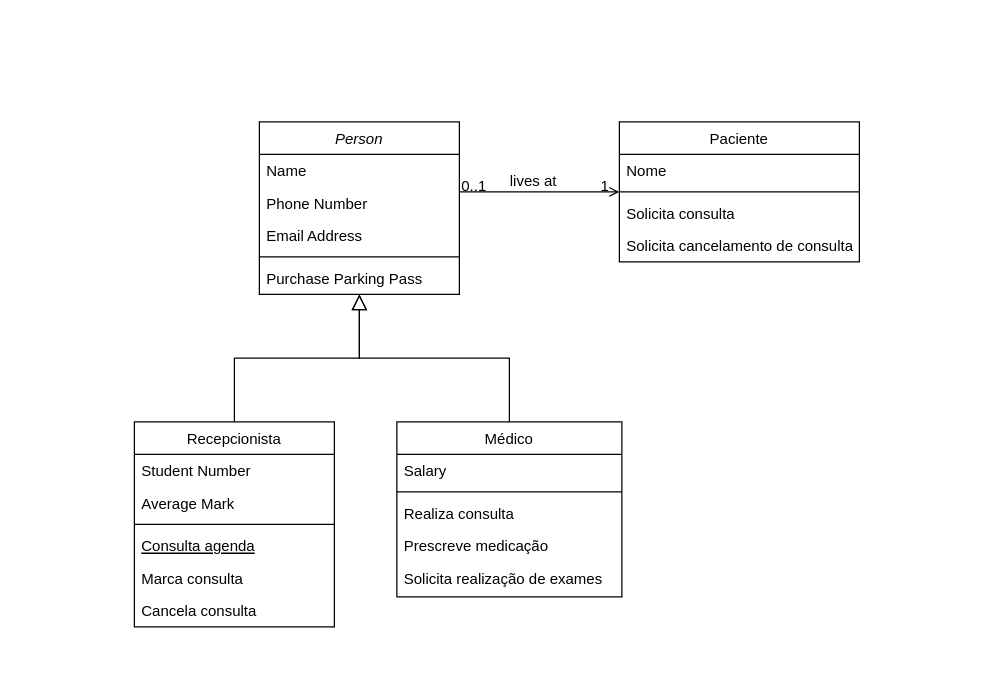
Earlier version of the draw.io diagram Class Diagram.drawio (JonatasFontele/Banco-de-Dados). Source tidied: cells renumbered, new cells numbered last; positions are measured from the earlier drawing's top-left corner, leaving out a move shared by most shapes. Both pictures are drawn from the tidied source at 125%, with x=0, y=0 at pixel (134, 121).
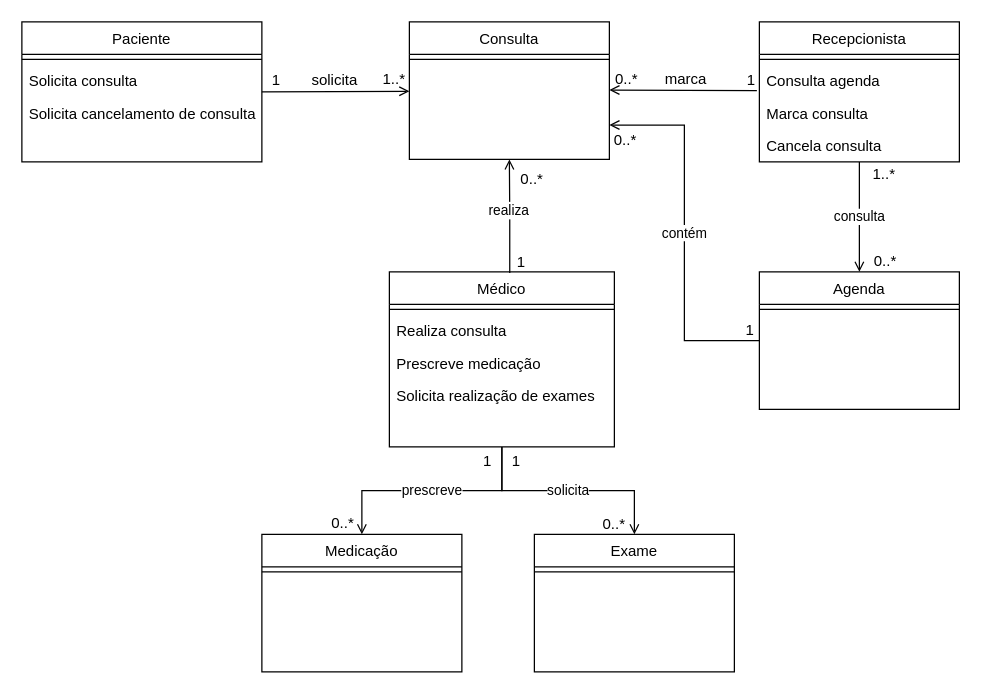
The same page after the edit.

Change to the diagram source:
```diff
@@
-    <mxCell id="2" value="Person" style="swimlane;fontStyle=2;align=center;verticalAlign=top;horizontal=1;startSize=26;rounded=0;shadow=0;strokeWidth=1;" parent="1" vertex="1">
-      <mxGeometry x="100" width="160" height="138" as="geometry" />
+    <mxCell id="2" value="Consulta" style="swimlane;fontStyle=0;align=center;verticalAlign=top;horizontal=1;startSize=26;rounded=0;shadow=0;strokeWidth=1;" parent="1" vertex="1">
+      <mxGeometry x="220" y="-80" width="160" height="110" as="geometry" />
     </mxCell>
-    <mxCell id="3" value="Name" style="text;align=left;verticalAlign=top;spacingLeft=4;spacingRight=4;overflow=hidden;" parent="2" vertex="1">
-      <mxGeometry y="26" width="160" height="26" as="geometry" />
-    </mxCell>
-    <mxCell id="4" value="Phone Number" style="text;align=left;verticalAlign=top;spacingLeft=4;spacingRight=4;overflow=hidden;rounded=0;shadow=0;html=0;" parent="2" vertex="1">
-      <mxGeometry y="52" width="160" height="26" as="geometry" />
-    </mxCell>
-    <mxCell id="5" value="Email Address" style="text;align=left;verticalAlign=top;spacingLeft=4;spacingRight=4;overflow=hidden;rounded=0;shadow=0;html=0;" parent="2" vertex="1">
-      <mxGeometry y="78" width="160" height="26" as="geometry" />
-    </mxCell>
     <mxCell id="6" style="line;html=1;strokeWidth=1;align=left;verticalAlign=middle;spacingTop=-1;spacingLeft=3;spacingRight=3;labelPosition=right;" parent="2" vertex="1">
-      <mxGeometry y="104" width="160" height="8" as="geometry" />
+      <mxGeometry y="26" width="160" height="8" as="geometry" />
     </mxCell>
-    <mxCell id="7" value="Purchase Parking Pass" style="text;align=left;verticalAlign=top;spacingLeft=4;spacingRight=4;overflow=hidden;" parent="2" vertex="1">
-      <mxGeometry y="112" width="160" height="26" as="geometry" />
-    </mxCell>
+    <mxCell id="32" value="consulta" style="edgeStyle=orthogonalEdgeStyle;rounded=0;jettySize=auto;html=1;endArrow=open;endFill=0;" parent="1" edge="1" source="8" target="42">
+      <mxGeometry relative="1" as="geometry" />
+    </mxCell>
     <mxCell id="8" value="Recepcionista" style="swimlane;fontStyle=0;align=center;verticalAlign=top;horizontal=1;startSize=26;rounded=0;shadow=0;strokeWidth=1;" parent="1" vertex="1">
-      <mxGeometry y="240" width="160" height="164" as="geometry" />
+      <mxGeometry x="500" y="-80" width="160" height="112" as="geometry" />
     </mxCell>
-    <mxCell id="9" value="Student Number" style="text;align=left;verticalAlign=top;spacingLeft=4;spacingRight=4;overflow=hidden;" parent="8" vertex="1">
-      <mxGeometry y="26" width="160" height="26" as="geometry" />
-    </mxCell>
-    <mxCell id="10" value="Average Mark" style="text;align=left;verticalAlign=top;spacingLeft=4;spacingRight=4;overflow=hidden;rounded=0;shadow=0;html=0;" parent="8" vertex="1">
-      <mxGeometry y="52" width="160" height="26" as="geometry" />
-    </mxCell>
     <mxCell id="11" style="line;html=1;strokeWidth=1;align=left;verticalAlign=middle;spacingTop=-1;spacingLeft=3;spacingRight=3;labelPosition=right;" parent="8" vertex="1">
-      <mxGeometry y="78" width="160" height="8" as="geometry" />
+      <mxGeometry y="26" width="160" height="8" as="geometry" />
     </mxCell>
-    <mxCell id="12" value="Consulta agenda" style="text;align=left;verticalAlign=top;spacingLeft=4;spacingRight=4;overflow=hidden;fontStyle=4;" parent="8" vertex="1">
-      <mxGeometry y="86" width="160" height="26" as="geometry" />
+    <mxCell id="12" value="Consulta agenda" style="text;align=left;verticalAlign=top;spacingLeft=4;spacingRight=4;overflow=hidden;fontStyle=0;" parent="8" vertex="1">
+      <mxGeometry y="34" width="160" height="26" as="geometry" />
     </mxCell>
     <mxCell id="13" value="Marca consulta" style="text;align=left;verticalAlign=top;spacingLeft=4;spacingRight=4;overflow=hidden;" parent="8" vertex="1">
-      <mxGeometry y="112" width="160" height="26" as="geometry" />
+      <mxGeometry y="60" width="160" height="26" as="geometry" />
     </mxCell>
     <mxCell id="14" value="Cancela consulta" style="text;align=left;verticalAlign=top;spacingLeft=4;spacingRight=4;overflow=hidden;" parent="8" vertex="1">
-      <mxGeometry y="138" width="160" height="26" as="geometry" />
+      <mxGeometry y="86" width="160" height="26" as="geometry" />
     </mxCell>
-    <mxCell id="15" style="endArrow=block;endSize=10;endFill=0;shadow=0;strokeWidth=1;rounded=0;edgeStyle=elbowEdgeStyle;elbow=vertical;" parent="1" edge="1" source="8" target="2">
-      <mxGeometry relative="1" as="geometry" />
-    </mxCell>
+    <mxCell id="33" value="prescreve" style="edgeStyle=orthogonalEdgeStyle;rounded=0;jettySize=auto;html=1;endArrow=open;endFill=0;" parent="1" edge="1" source="16" target="48">
+      <mxGeometry relative="1" as="geometry" />
+    </mxCell>
+    <mxCell id="34" value="solicita" style="edgeStyle=orthogonalEdgeStyle;rounded=0;jettySize=auto;html=1;endArrow=open;endFill=0;" parent="1" edge="1" source="16" target="50">
+      <mxGeometry relative="1" as="geometry" />
+    </mxCell>
     <mxCell id="16" value="Médico" style="swimlane;fontStyle=0;align=center;verticalAlign=top;horizontal=1;startSize=26;rounded=0;shadow=0;strokeWidth=1;" parent="1" vertex="1">
-      <mxGeometry x="210" y="240" width="180" height="140" as="geometry" />
+      <mxGeometry x="204" y="120" width="180" height="140" as="geometry" />
     </mxCell>
-    <mxCell id="17" value="Salary" style="text;align=left;verticalAlign=top;spacingLeft=4;spacingRight=4;overflow=hidden;" parent="16" vertex="1">
-      <mxGeometry y="26" width="180" height="26" as="geometry" />
-    </mxCell>
     <mxCell id="18" style="line;html=1;strokeWidth=1;align=left;verticalAlign=middle;spacingTop=-1;spacingLeft=3;spacingRight=3;labelPosition=right;" parent="16" vertex="1">
-      <mxGeometry y="52" width="180" height="8" as="geometry" />
+      <mxGeometry y="26" width="180" height="8" as="geometry" />
     </mxCell>
     <mxCell id="19" value="Realiza consulta" style="text;align=left;verticalAlign=top;spacingLeft=4;spacingRight=4;overflow=hidden;" parent="16" vertex="1">
-      <mxGeometry y="60" width="180" height="26" as="geometry" />
+      <mxGeometry y="34" width="180" height="26" as="geometry" />
     </mxCell>
     <mxCell id="20" value="Prescreve medicação" style="text;align=left;verticalAlign=top;spacingLeft=4;spacingRight=4;overflow=hidden;" parent="16" vertex="1">
-      <mxGeometry y="86" width="180" height="26" as="geometry" />
+      <mxGeometry y="60" width="180" height="26" as="geometry" />
     </mxCell>
     <mxCell id="21" value="Solicita realização de exames" style="text;align=left;verticalAlign=top;spacingLeft=4;spacingRight=4;overflow=hidden;" parent="16" vertex="1">
-      <mxGeometry y="112" width="180" height="26" as="geometry" />
+      <mxGeometry y="86" width="180" height="26" as="geometry" />
     </mxCell>
-    <mxCell id="22" style="endArrow=block;endSize=10;endFill=0;shadow=0;strokeWidth=1;rounded=0;edgeStyle=elbowEdgeStyle;elbow=vertical;" parent="1" edge="1" source="16" target="2">
-      <mxGeometry relative="1" as="geometry" />
-    </mxCell>
     <mxCell id="23" value="Paciente" style="swimlane;fontStyle=0;align=center;verticalAlign=top;horizontal=1;startSize=26;rounded=0;shadow=0;strokeWidth=1;" parent="1" vertex="1">
-      <mxGeometry x="388" width="192" height="112" as="geometry" />
+      <mxGeometry x="-90" y="-80" width="192" height="112" as="geometry" />
     </mxCell>
-    <mxCell id="24" value="Nome" style="text;align=left;verticalAlign=top;spacingLeft=4;spacingRight=4;overflow=hidden;" parent="23" vertex="1">
-      <mxGeometry y="26" width="192" height="26" as="geometry" />
-    </mxCell>
     <mxCell id="25" style="line;html=1;strokeWidth=1;align=left;verticalAlign=middle;spacingTop=-1;spacingLeft=3;spacingRight=3;labelPosition=right;" parent="23" vertex="1">
-      <mxGeometry y="52" width="192" height="8" as="geometry" />
+      <mxGeometry y="26" width="192" height="8" as="geometry" />
     </mxCell>
     <mxCell id="26" value="Solicita consulta" style="text;align=left;verticalAlign=top;spacingLeft=4;spacingRight=4;overflow=hidden;" parent="23" vertex="1">
-      <mxGeometry y="60" width="192" height="26" as="geometry" />
+      <mxGeometry y="34" width="192" height="26" as="geometry" />
     </mxCell>
     <mxCell id="27" value="Solicita cancelamento de consulta" style="text;align=left;verticalAlign=top;spacingLeft=4;spacingRight=4;overflow=hidden;" parent="23" vertex="1">
-      <mxGeometry y="86" width="192" height="26" as="geometry" />
+      <mxGeometry y="60" width="192" height="26" as="geometry" />
     </mxCell>
-    <mxCell id="28" style="endArrow=open;shadow=0;strokeWidth=1;rounded=0;endFill=1;edgeStyle=elbowEdgeStyle;elbow=vertical;" parent="1" edge="1" source="2" target="23">
+    <mxCell id="28" style="endArrow=open;shadow=0;strokeWidth=1;rounded=0;endFill=1;edgeStyle=elbowEdgeStyle;elbow=vertical;" parent="1" edge="1">
       <mxGeometry x="0.5" y="41" relative="1" as="geometry">
+        <mxPoint x="102" y="-24" as="sourcePoint" />
+        <mxPoint x="220" y="-24" as="targetPoint" />
+        <Array as="points">
+          <mxPoint x="273.1" y="-24.5" />
+        </Array>
         <mxPoint x="-40" y="32" as="offset" />
       </mxGeometry>
     </mxCell>
-    <mxCell id="29" value="0..1" style="align=left;verticalAlign=bottom;labelBackgroundColor=none;fontSize=12;" parent="28" vertex="1">
+    <mxCell id="29" value="1..*" style="align=left;verticalAlign=bottom;labelBackgroundColor=none;fontSize=12;" parent="28" vertex="1">
       <mxGeometry x="-1" relative="1" as="geometry">
-        <mxPoint y="4" as="offset" />
+        <mxPoint x="95" y="-2" as="offset" />
       </mxGeometry>
     </mxCell>
     <mxCell id="30" value="1" style="align=right;verticalAlign=bottom;labelBackgroundColor=none;fontSize=12;" parent="28" vertex="1">
       <mxGeometry x="1" relative="1" as="geometry">
-        <mxPoint x="-7" y="4" as="offset" />
+        <mxPoint x="-102" y="-1" as="offset" />
       </mxGeometry>
     </mxCell>
-    <mxCell id="31" value="lives at" style="text;html=1;align=center;verticalAlign=middle;labelBackgroundColor=none;rounded=0;shadow=0;strokeWidth=1;fontSize=12;" parent="28" vertex="1">
+    <mxCell id="31" value="solicita" style="text;html=1;align=center;verticalAlign=middle;labelBackgroundColor=none;rounded=0;shadow=0;strokeWidth=1;fontSize=12;" parent="28" vertex="1">
       <mxGeometry x="0.5" y="49" relative="1" as="geometry">
-        <mxPoint x="-38" y="40" as="offset" />
+        <mxPoint x="-31" y="40" as="offset" />
       </mxGeometry>
     </mxCell>
+    <mxCell id="35" style="endArrow=open;shadow=0;strokeWidth=1;rounded=0;endFill=1;edgeStyle=elbowEdgeStyle;elbow=vertical;" parent="1" edge="1">
+      <mxGeometry x="0.5" y="41" relative="1" as="geometry">
+        <mxPoint x="498" y="-25" as="sourcePoint" />
+        <mxPoint x="380" y="-25" as="targetPoint" />
+        <Array as="points">
+          <mxPoint x="551.1" y="-25.5" />
+        </Array>
+        <mxPoint x="-40" y="32" as="offset" />
+      </mxGeometry>
+    </mxCell>
+    <mxCell id="36" value="0..*" style="align=left;verticalAlign=bottom;labelBackgroundColor=none;fontSize=12;" parent="35" vertex="1">
+      <mxGeometry x="-1" relative="1" as="geometry">
+        <mxPoint x="-115" y="-1" as="offset" />
+      </mxGeometry>
+    </mxCell>
+    <mxCell id="37" value="1" style="align=right;verticalAlign=bottom;labelBackgroundColor=none;fontSize=12;" parent="35" vertex="1">
+      <mxGeometry x="1" relative="1" as="geometry">
+        <mxPoint x="118" as="offset" />
+      </mxGeometry>
+    </mxCell>
+    <mxCell id="38" value="marca" style="text;html=1;align=center;verticalAlign=middle;labelBackgroundColor=none;rounded=0;shadow=0;strokeWidth=1;fontSize=12;" parent="35" vertex="1">
+      <mxGeometry x="0.5" y="49" relative="1" as="geometry">
+        <mxPoint x="31" y="-58" as="offset" />
+      </mxGeometry>
+    </mxCell>
+    <mxCell id="22" value="realiza" style="endArrow=open;shadow=0;strokeWidth=1;rounded=0;endFill=1;edgeStyle=elbowEdgeStyle;elbow=vertical;entryX=0.5;entryY=1;entryDx=0;entryDy=0;exitX=0.535;exitY=0.007;exitDx=0;exitDy=0;exitPerimeter=0;" parent="1" edge="1" source="16" target="2">
+      <mxGeometry x="0.12" relative="1" as="geometry" />
+    </mxCell>
+    <mxCell id="39" value="0..*" style="align=left;verticalAlign=bottom;labelBackgroundColor=none;fontSize=12;" parent="22" vertex="1">
+      <mxGeometry x="-1" relative="1" as="geometry">
+        <mxPoint x="7" y="-67" as="offset" />
+      </mxGeometry>
+    </mxCell>
+    <mxCell id="40" value="1" style="align=right;verticalAlign=bottom;labelBackgroundColor=none;fontSize=12;" parent="22" vertex="1">
+      <mxGeometry x="1" relative="1" as="geometry">
+        <mxPoint x="14" y="90" as="offset" />
+      </mxGeometry>
+    </mxCell>
+    <mxCell id="41" value="contém" style="edgeStyle=orthogonalEdgeStyle;rounded=0;jettySize=auto;html=1;entryX=1;entryY=0.75;entryDx=0;entryDy=0;endArrow=open;endFill=0;" parent="1" edge="1" source="42" target="2">
+      <mxGeometry relative="1" as="geometry" />
+    </mxCell>
+    <mxCell id="42" value="Agenda" style="swimlane;fontStyle=0;align=center;verticalAlign=top;horizontal=1;startSize=26;rounded=0;shadow=0;strokeWidth=1;" parent="1" vertex="1">
+      <mxGeometry x="500" y="120" width="160" height="110" as="geometry" />
+    </mxCell>
+    <mxCell id="43" style="line;html=1;strokeWidth=1;align=left;verticalAlign=middle;spacingTop=-1;spacingLeft=3;spacingRight=3;labelPosition=right;" parent="42" vertex="1">
+      <mxGeometry y="26" width="160" height="8" as="geometry" />
+    </mxCell>
+    <mxCell id="44" value="1..*" style="align=right;verticalAlign=bottom;labelBackgroundColor=none;fontSize=12;" parent="1" vertex="1">
+      <mxGeometry x="610" y="50" as="geometry" />
+    </mxCell>
+    <mxCell id="45" value="0..*" style="align=left;verticalAlign=bottom;labelBackgroundColor=none;fontSize=12;" parent="1" vertex="1">
+      <mxGeometry x="590" y="120" as="geometry" />
+    </mxCell>
+    <mxCell id="46" value="0..*" style="align=left;verticalAlign=bottom;labelBackgroundColor=none;fontSize=12;" parent="1" vertex="1">
+      <mxGeometry x="382" y="23" as="geometry" />
+    </mxCell>
+    <mxCell id="47" value="1" style="align=right;verticalAlign=bottom;labelBackgroundColor=none;fontSize=12;" parent="1" vertex="1">
+      <mxGeometry x="497" y="175" as="geometry" />
+    </mxCell>
+    <mxCell id="48" value="Medicação" style="swimlane;fontStyle=0;align=center;verticalAlign=top;horizontal=1;startSize=26;rounded=0;shadow=0;strokeWidth=1;" parent="1" vertex="1">
+      <mxGeometry x="102" y="330" width="160" height="110" as="geometry" />
+    </mxCell>
+    <mxCell id="49" style="line;html=1;strokeWidth=1;align=left;verticalAlign=middle;spacingTop=-1;spacingLeft=3;spacingRight=3;labelPosition=right;" parent="48" vertex="1">
+      <mxGeometry y="26" width="160" height="8" as="geometry" />
+    </mxCell>
+    <mxCell id="50" value="Exame" style="swimlane;fontStyle=0;align=center;verticalAlign=top;horizontal=1;startSize=26;rounded=0;shadow=0;strokeWidth=1;" parent="1" vertex="1">
+      <mxGeometry x="320" y="330" width="160" height="110" as="geometry" />
+    </mxCell>
+    <mxCell id="51" style="line;html=1;strokeWidth=1;align=left;verticalAlign=middle;spacingTop=-1;spacingLeft=3;spacingRight=3;labelPosition=right;" parent="50" vertex="1">
+      <mxGeometry y="26" width="160" height="8" as="geometry" />
+    </mxCell>
+    <mxCell id="52" value="1" style="align=right;verticalAlign=bottom;labelBackgroundColor=none;fontSize=12;" parent="1" vertex="1">
+      <mxGeometry x="310" y="280" as="geometry" />
+    </mxCell>
+    <mxCell id="53" value="1" style="align=right;verticalAlign=bottom;labelBackgroundColor=none;fontSize=12;" parent="1" vertex="1">
+      <mxGeometry x="320" y="293" as="geometry">
+        <mxPoint x="-33" y="-13" as="offset" />
+      </mxGeometry>
+    </mxCell>
+    <mxCell id="54" value="0..*" style="align=left;verticalAlign=bottom;labelBackgroundColor=none;fontSize=12;" parent="1" vertex="1">
+      <mxGeometry x="310" y="64" as="geometry">
+        <mxPoint x="-154" y="265" as="offset" />
+      </mxGeometry>
+    </mxCell>
+    <mxCell id="55" value="0..*" style="align=left;verticalAlign=bottom;labelBackgroundColor=none;fontSize=12;" parent="1" vertex="1">
+      <mxGeometry x="527" y="65" as="geometry">
+        <mxPoint x="-154" y="265" as="offset" />
+      </mxGeometry>
+    </mxCell>
```
